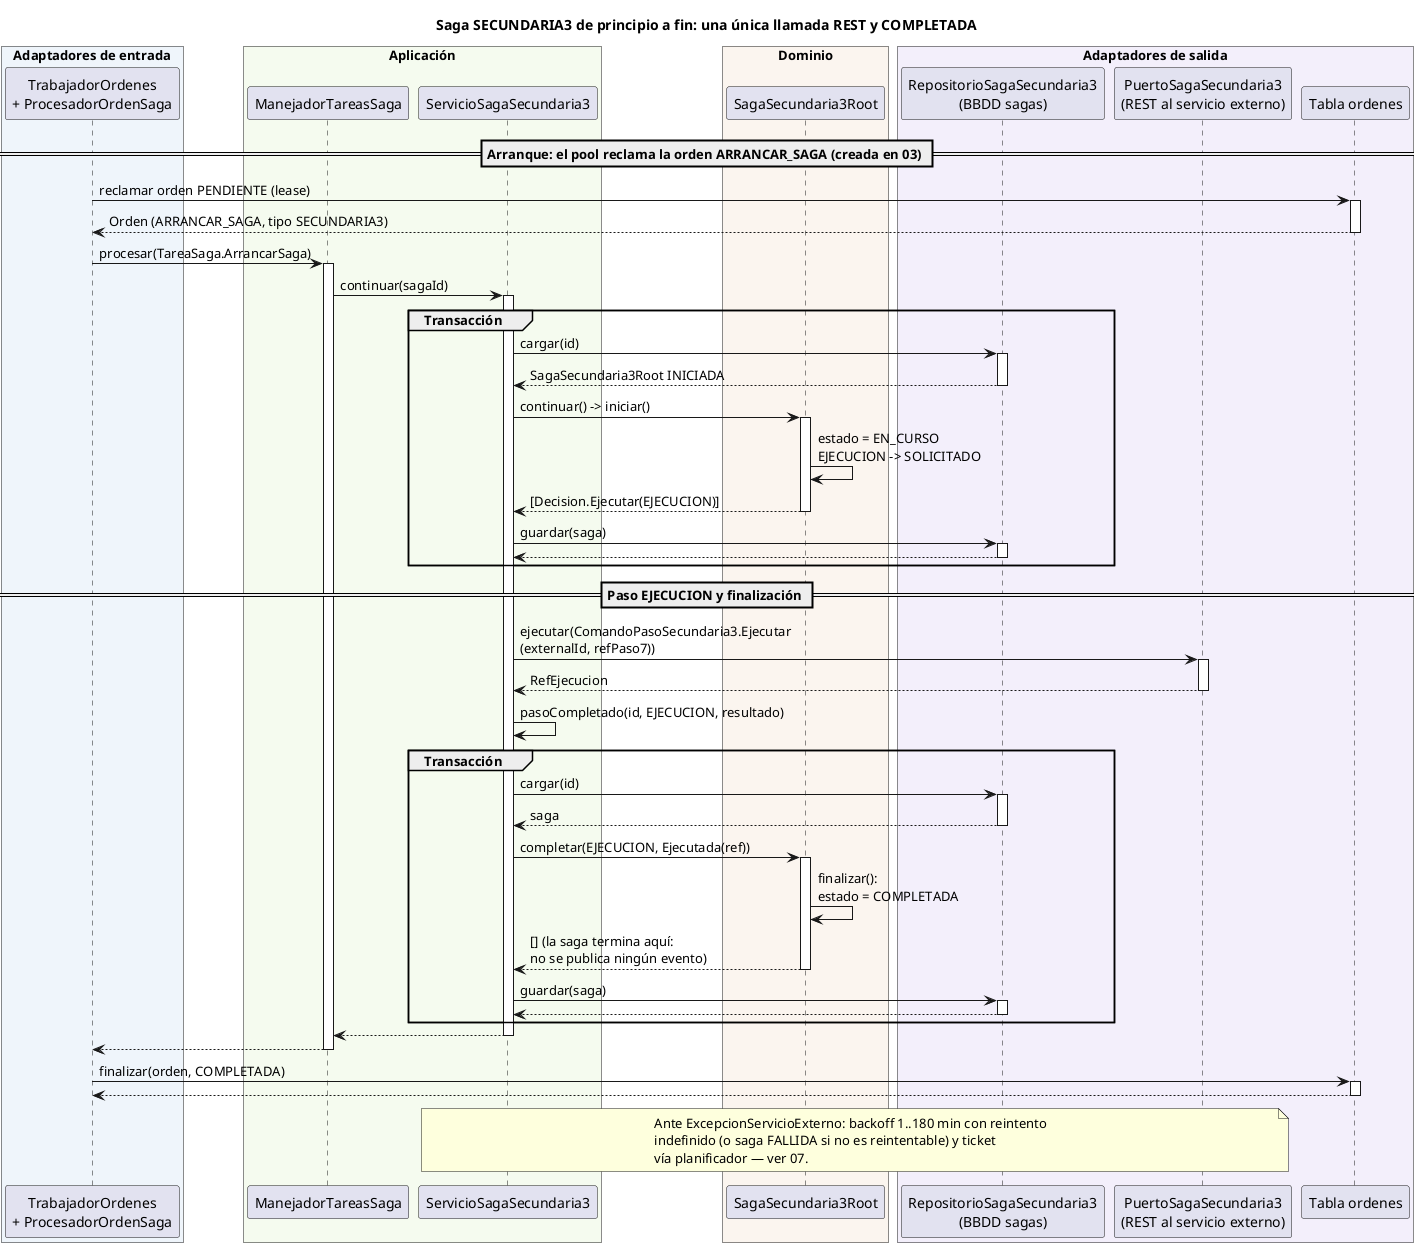
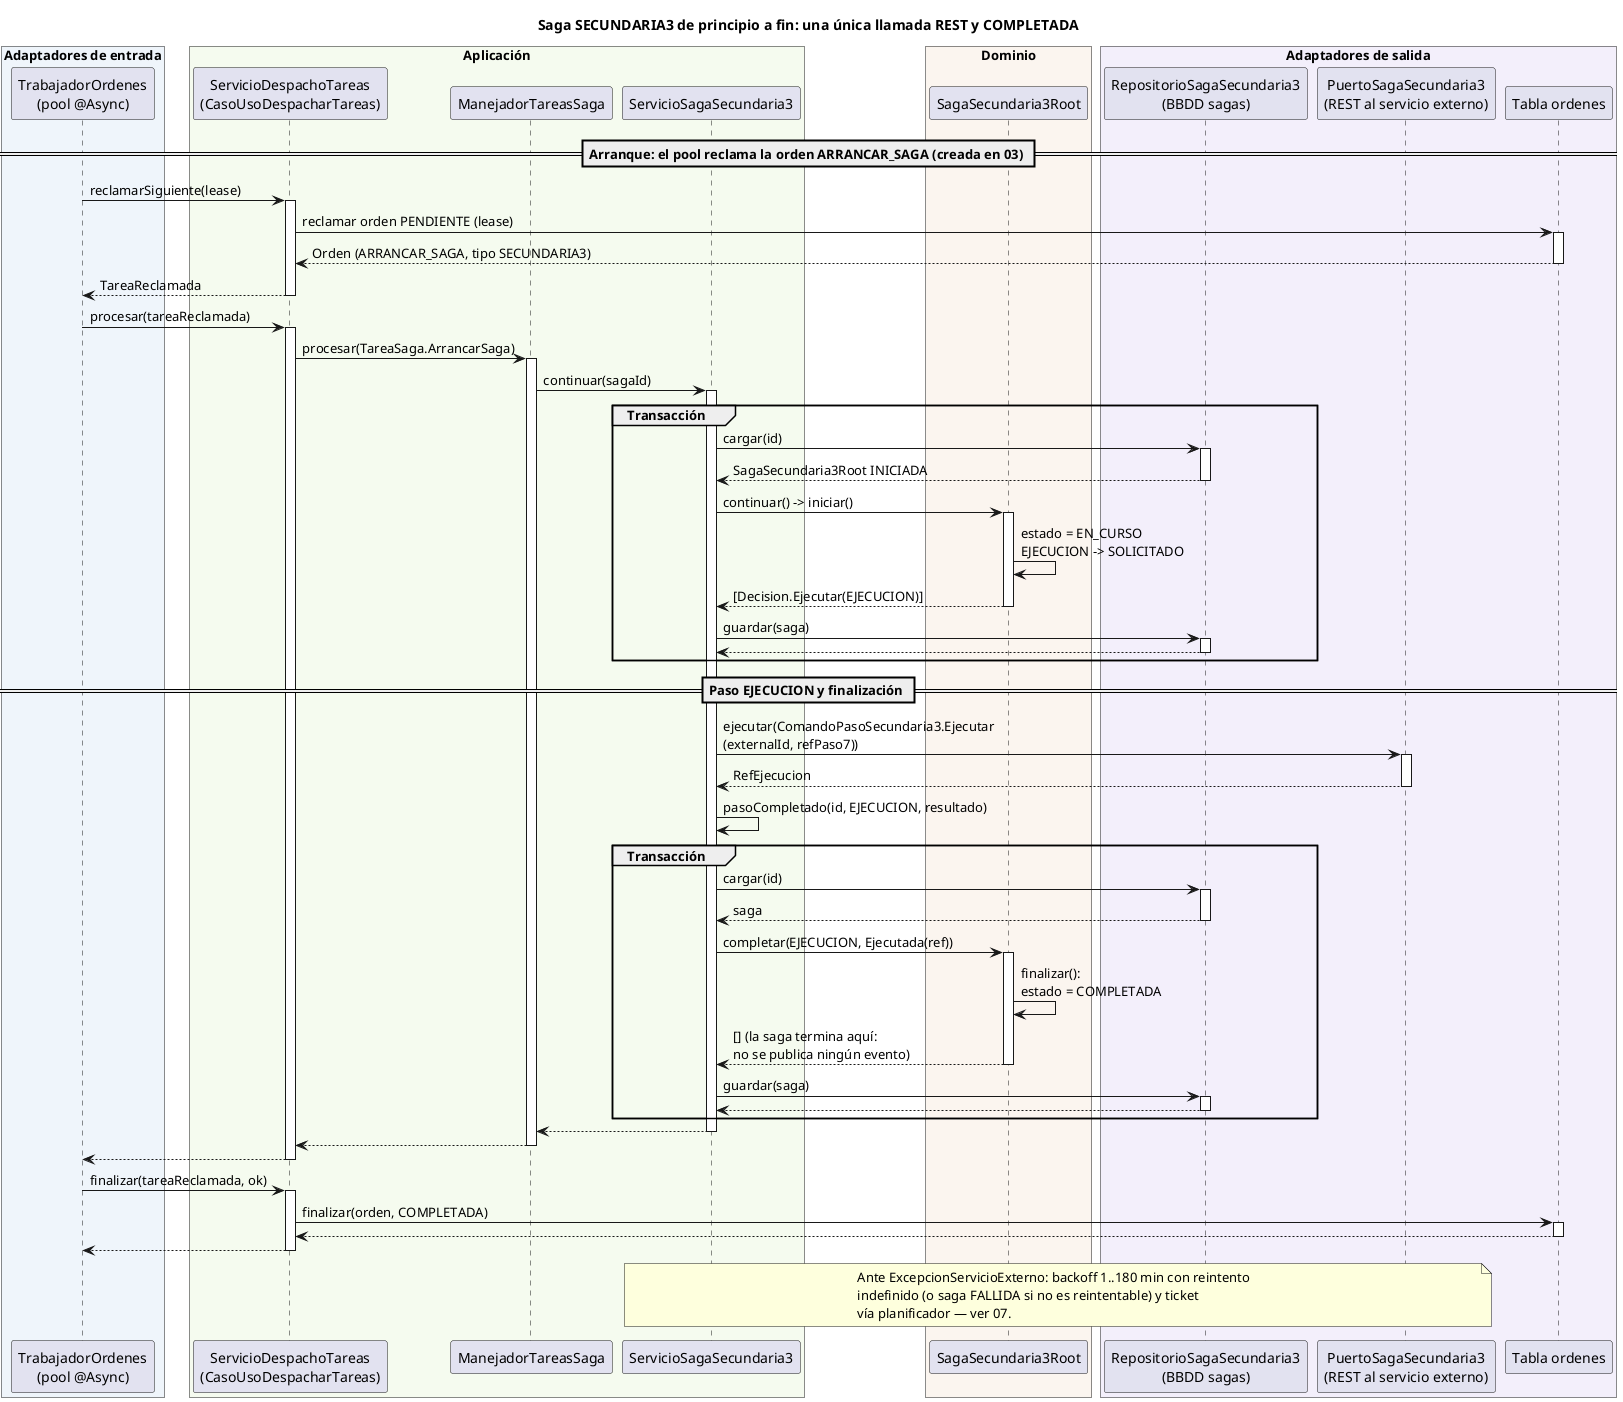
@startuml 06-saga-secundaria3
title Saga SECUNDARIA3 de principio a fin: una única llamada REST y COMPLETADA

box "Adaptadores de entrada" #EFF5FB
-   participant "TrabajadorOrdenes\n+ ProcesadorOrdenSaga" as TRAB
+   participant "TrabajadorOrdenes\n(pool @Async)" as TRAB
end box
box "Aplicación" #F5FBEF
+   participant "ServicioDespachoTareas\n(CasoUsoDespacharTareas)" as DESP
  participant "ManejadorTareasSaga" as MANEJ
  participant "ServicioSagaSecundaria3" as SSEC
end box
box "Dominio" #FBF5EF
  participant "SagaSecundaria3Root" as SAGA
end box
box "Adaptadores de salida" #F3EFFB
  participant "RepositorioSagaSecundaria3\n(BBDD sagas)" as REPOS
  participant "PuertoSagaSecundaria3\n(REST al servicio externo)" as PSIM
  participant "Tabla ordenes" as ORD
end box

== Arranque: el pool reclama la orden ARRANCAR_SAGA (creada en 03) ==
- TRAB -> ORD ++ : reclamar orden PENDIENTE (lease)
+ TRAB -> DESP ++ : reclamarSiguiente(lease)
+ DESP -> ORD ++ : reclamar orden PENDIENTE (lease)
return Orden (ARRANCAR_SAGA, tipo SECUNDARIA3)
- TRAB -> MANEJ ++ : procesar(TareaSaga.ArrancarSaga)
+ return TareaReclamada
+ TRAB -> DESP ++ : procesar(tareaReclamada)
+ DESP -> MANEJ ++ : procesar(TareaSaga.ArrancarSaga)
MANEJ -> SSEC ++ : continuar(sagaId)
group Transacción
  SSEC -> REPOS ++ : cargar(id)
  return SagaSecundaria3Root INICIADA
  SSEC -> SAGA ++ : continuar() -> iniciar()
  SAGA -> SAGA : estado = EN_CURSO\nEJECUCION -> SOLICITADO
  return [Decision.Ejecutar(EJECUCION)]
  SSEC -> REPOS ++ : guardar(saga)
  return
end

== Paso EJECUCION y finalización ==
SSEC -> PSIM ++ : ejecutar(ComandoPasoSecundaria3.Ejecutar\n(externalId, refPaso7))
return RefEjecucion
SSEC -> SSEC : pasoCompletado(id, EJECUCION, resultado)
group Transacción
  SSEC -> REPOS ++ : cargar(id)
  return saga
  SSEC -> SAGA ++ : completar(EJECUCION, Ejecutada(ref))
  SAGA -> SAGA : finalizar():\nestado = COMPLETADA
  return [] (la saga termina aquí:\nno se publica ningún evento)
  SSEC -> REPOS ++ : guardar(saga)
  return
end
return
return
- TRAB -> ORD ++ : finalizar(orden, COMPLETADA)
+ return
+ TRAB -> DESP ++ : finalizar(tareaReclamada, ok)
+ DESP -> ORD ++ : finalizar(orden, COMPLETADA)
+ return
return

note over SSEC, PSIM
  Ante ExcepcionServicioExterno: backoff 1..180 min con reintento
  indefinido (o saga FALLIDA si no es reintentable) y ticket
  vía planificador — ver 07.
end note
@enduml
